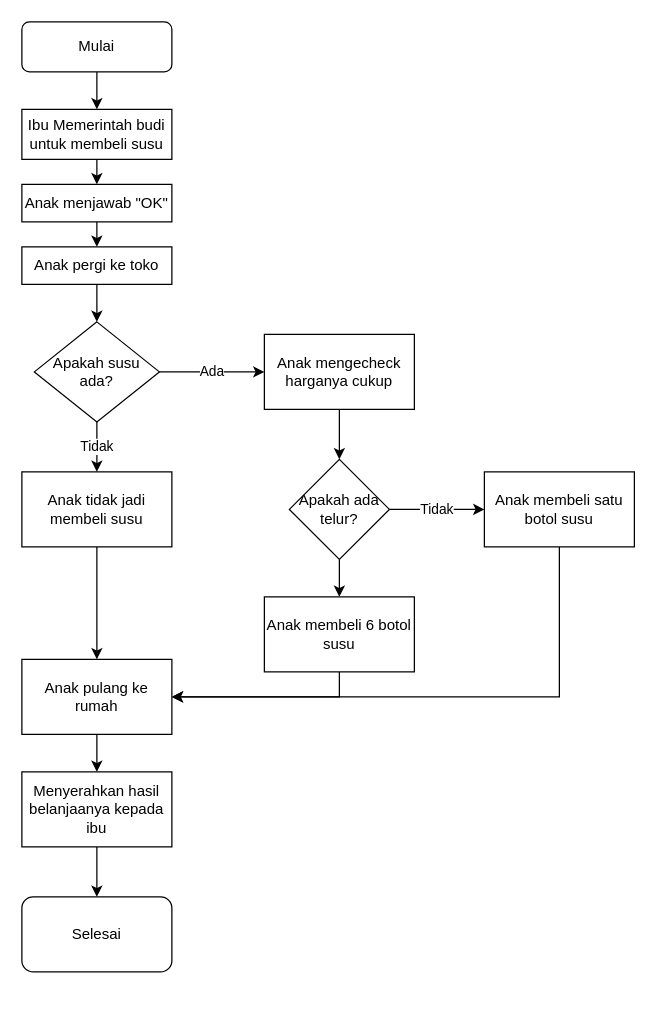
The draw.io diagram Python Fundamental.drawio in ahmadsulthoni/Diagram-Flowchart, before the edit. Source tidied: cells renumbered, new cells numbered last; positions are measured from the earlier drawing's top-left corner, leaving out a move shared by most shapes. Both pictures are drawn from the tidied source at 125%, with x=0, y=0 at pixel (21, 21).
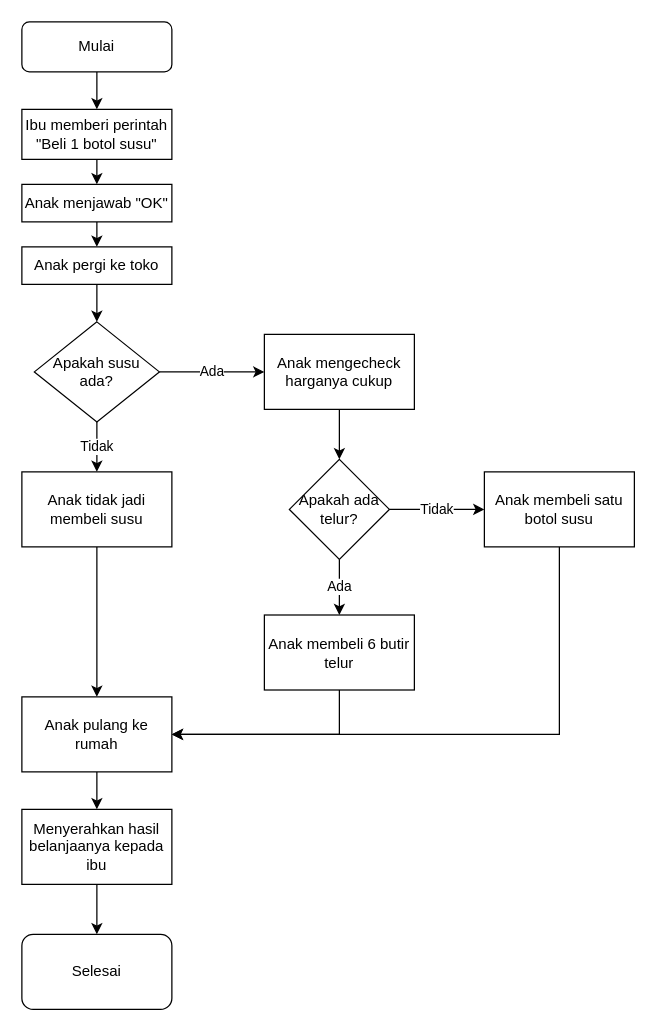
Above is the later version.

Commit message:
Update Python Fundamental

Unchanged cells that the change refers to:
```xml
<mxCell id="26" value="Apakah ada telur?" style="rhombus;whiteSpace=wrap;html=1;" parent="1" vertex="1">
  <mxGeometry x="214" y="350" width="80" height="80" as="geometry" />
</mxCell>
```

The edit, as a diff of the source:
```diff
@@
-    <mxCell id="5" value="Ibu Memerintah budi untuk membeli susu" style="rounded=0;whiteSpace=wrap;html=1;" parent="1" vertex="1">
+    <mxCell id="5" value="Ibu memberi perintah &quot;Beli 1 botol susu&quot;" style="rounded=0;whiteSpace=wrap;html=1;" parent="1" vertex="1">
       <mxGeometry y="70" width="120" height="40" as="geometry" />
     </mxCell>
@@
     <mxCell id="16" value="Anak pulang ke rumah" style="rounded=0;whiteSpace=wrap;html=1;" parent="1" vertex="1">
-      <mxGeometry y="510" width="120" height="60" as="geometry" />
+      <mxGeometry y="540" width="120" height="60" as="geometry" />
     </mxCell>
@@
     <mxCell id="18" value="Menyerahkan hasil belanjaanya kepada ibu" style="rounded=0;whiteSpace=wrap;html=1;" parent="1" vertex="1">
-      <mxGeometry y="600" width="120" height="60" as="geometry" />
+      <mxGeometry y="630" width="120" height="60" as="geometry" />
     </mxCell>
     <mxCell id="19" value="Selesai" style="rounded=1;whiteSpace=wrap;html=1;" parent="1" vertex="1">
-      <mxGeometry y="700" width="120" height="60" as="geometry" />
+      <mxGeometry y="730" width="120" height="60" as="geometry" />
     </mxCell>
@@
-    <mxCell id="24" style="edgeStyle=orthogonalEdgeStyle;rounded=0;jettySize=auto;html=1;" parent="1" edge="1" source="26" target="28">
+    <mxCell id="24" value="Ada" style="edgeStyle=orthogonalEdgeStyle;rounded=0;jettySize=auto;html=1;" parent="1" edge="1" source="26" target="28">
       <mxGeometry relative="1" as="geometry" />
     </mxCell>
@@
-    <mxCell id="28" value="Anak membeli 6 botol susu" style="rounded=0;whiteSpace=wrap;html=1;" parent="1" vertex="1">
-      <mxGeometry x="194" y="460" width="120" height="60" as="geometry" />
+    <mxCell id="28" value="Anak membeli 6 butir telur" style="rounded=0;whiteSpace=wrap;html=1;" parent="1" vertex="1">
+      <mxGeometry x="194" y="474.5" width="120" height="60" as="geometry" />
     </mxCell>
```
